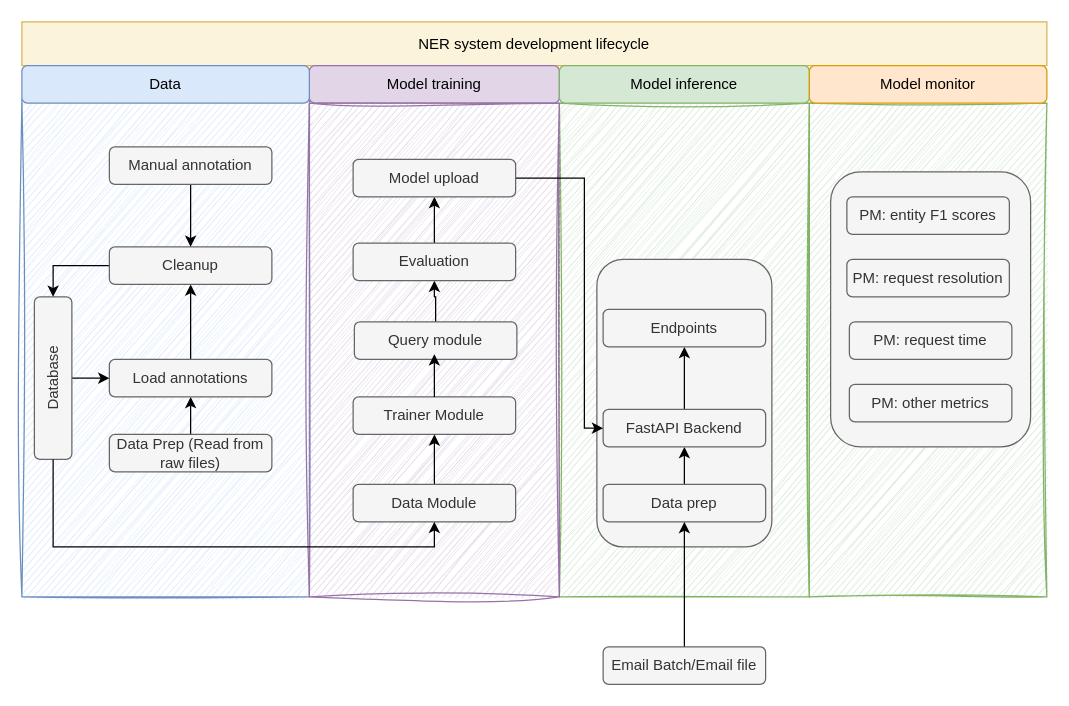
This is page "Page-15" (15 of 15) of ir_sys.drawio from prabhupad26/100daysofML, a draw.io file, before an edit. Source tidied: cells renumbered, new cells numbered last; positions are measured from the earlier drawing's top-left corner, leaving out a move shared by most shapes. Both pictures are drawn from the tidied source at 125%, with x=0, y=0 at pixel (-29, 21).
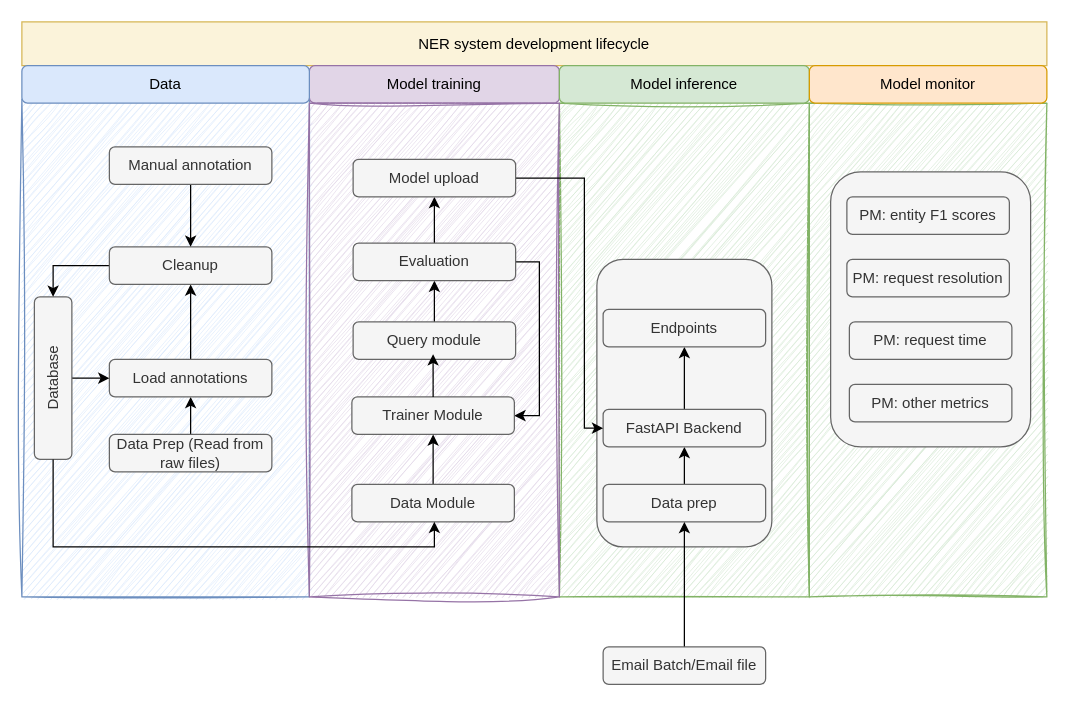
After the change.

The change refers to these unchanged cells:
```xml
<mxCell id="26" value="Evaluation" style="rounded=1;whiteSpace=wrap;html=1;fillColor=#f5f5f5;strokeColor=#666666;fontColor=#333333;" parent="1" vertex="1">
  <mxGeometry x="305" y="177" width="130" height="30" as="geometry" />
</mxCell>
```

Change to the diagram source:
```diff
@@
     <mxCell id="24" value="Query module" style="rounded=1;whiteSpace=wrap;html=1;fillColor=#f5f5f5;strokeColor=#666666;fontColor=#333333;" parent="1" vertex="1">
-      <mxGeometry x="306" y="240" width="130" height="30" as="geometry" />
+      <mxGeometry x="305" y="240" width="130" height="30" as="geometry" />
     </mxCell>
@@
+    <mxCell id="45" style="edgeStyle=orthogonalEdgeStyle;rounded=0;jettySize=auto;html=1;entryX=1;entryY=0.5;entryDx=0;entryDy=0;" parent="1" edge="1" source="26" target="27">
+      <mxGeometry relative="1" as="geometry">
+        <Array as="points">
+          <mxPoint x="454" y="192" />
+          <mxPoint x="454" y="315" />
+        </Array>
+      </mxGeometry>
+    </mxCell>
@@
     <mxCell id="27" value="Trainer Module" style="rounded=1;whiteSpace=wrap;html=1;fillColor=#f5f5f5;strokeColor=#666666;fontColor=#333333;" parent="1" vertex="1">
-      <mxGeometry x="305" y="300" width="130" height="30" as="geometry" />
+      <mxGeometry x="304" y="300" width="130" height="30" as="geometry" />
     </mxCell>
@@
     <mxCell id="29" value="Data Module" style="rounded=1;whiteSpace=wrap;html=1;fillColor=#f5f5f5;strokeColor=#666666;fontColor=#333333;" parent="1" vertex="1">
-      <mxGeometry x="305" y="370" width="130" height="30" as="geometry" />
+      <mxGeometry x="304" y="370" width="130" height="30" as="geometry" />
     </mxCell>
```
